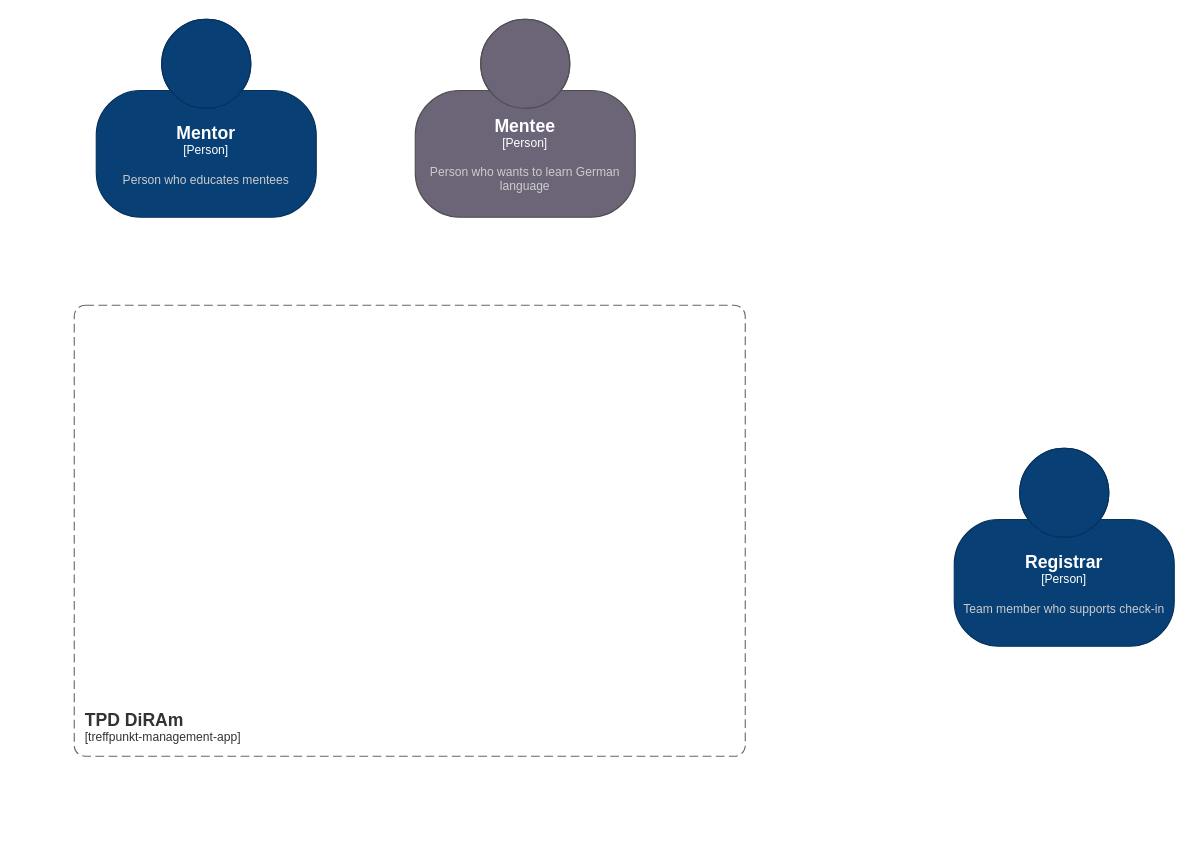
Above: TPD-DiRAm/architecture/top-level.drawio in Rajazzo/TPD (draw.io), before the change. Source tidied: cells renumbered, new cells numbered last; positions are measured from the earlier drawing's top-left corner, leaving out a move shared by most shapes. Both pictures are drawn from the tidied source at 110%, with x=0, y=0 at pixel (74, 19).
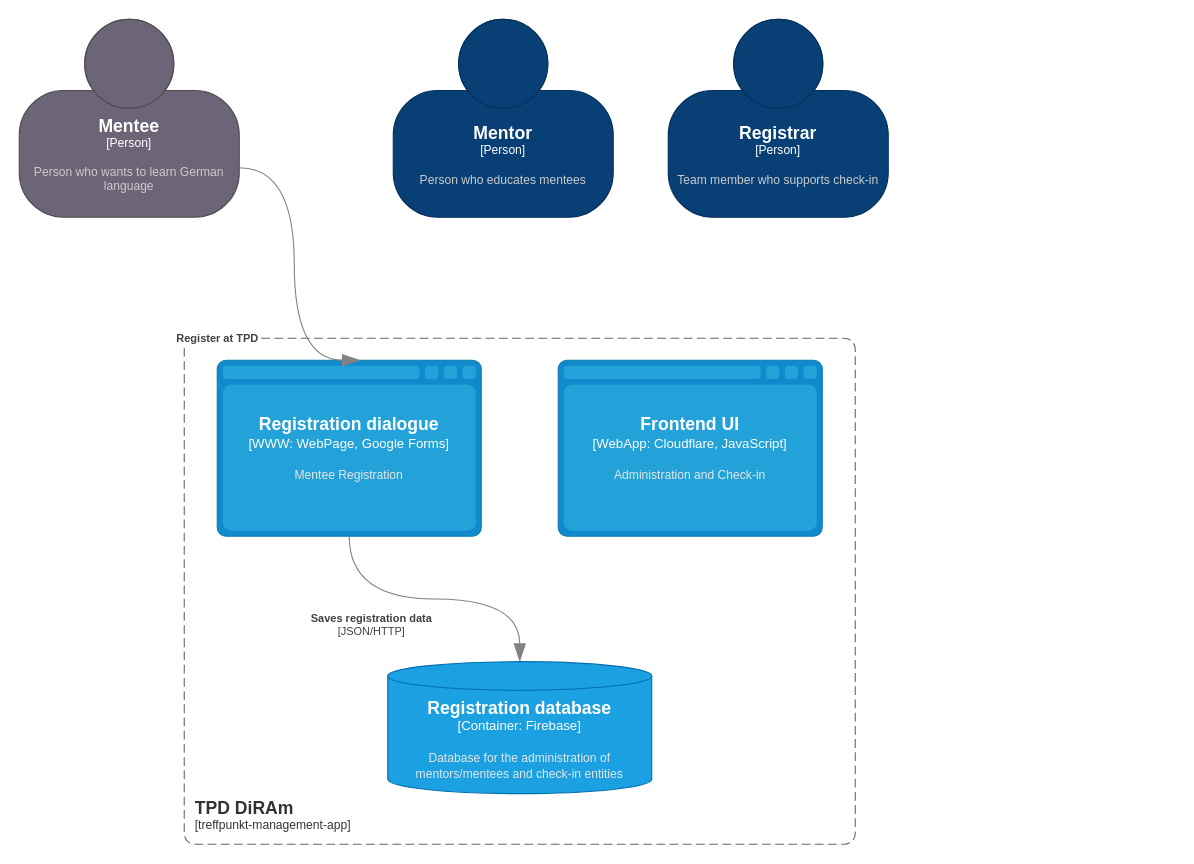
Above is the later version.

The edit, as a diff of the source:
```diff
@@
 <mxGraphModel>
   <root>
     <mxCell id="0" />
     <mxCell id="1" parent="0" />
     <object id="2" label="&lt;font style=&quot;font-size: 16px&quot;&gt;&lt;b&gt;&lt;div style=&quot;text-align: left&quot;&gt;%c4Name%&lt;/div&gt;&lt;/b&gt;&lt;/font&gt;&lt;div style=&quot;text-align: left&quot;&gt;[%c4Application%]&lt;/div&gt;" c4Application="treffpunkt-management-app" c4Name="TPD DiRAm" placeholders="1">
       <mxCell style="rounded=1;fontSize=11;whiteSpace=wrap;html=1;dashed=1;arcSize=20;fillColor=none;strokeColor=#666666;fontColor=#333333;labelBackgroundColor=none;align=left;verticalAlign=bottom;labelBorderColor=none;spacingTop=0;spacing=10;dashPattern=8 4;perimeter=rectanglePerimeter;noLabel=0;labelPadding=0;absoluteArcSize=1;" parent="1" vertex="1">
-        <mxGeometry y="260" width="610" height="410" as="geometry" />
+        <mxGeometry x="100" y="290" width="610" height="460" as="geometry" />
       </mxCell>
     </object>
     <object id="3" label="&lt;font style=&quot;font-size: 16px&quot;&gt;&lt;b&gt;%c4Name%&lt;/b&gt;&lt;/font&gt;&lt;div&gt;[%c4Type%]&lt;/div&gt;&lt;br&gt;&lt;div&gt;&lt;font style=&quot;font-size: 11px&quot;&gt;&lt;font color=&quot;#cccccc&quot;&gt;%c4Description%&lt;/font&gt;&lt;/div&gt;" c4Description="Person who educates mentees" c4Name="Mentor" c4Type="Person" placeholders="1">
       <mxCell style="html=1;fontSize=11;dashed=0;whiteSpace=wrap;fillColor=#083F75;strokeColor=#06315C;fontColor=#ffffff;shape=mxgraph.c4.person2;align=center;" parent="1" vertex="1">
-        <mxGeometry x="20" width="200" height="180" as="geometry" />
+        <mxGeometry x="290" width="200" height="180" as="geometry" />
       </mxCell>
     </object>
     <object id="4" label="&lt;font style=&quot;font-size: 16px&quot;&gt;&lt;b&gt;%c4Name%&lt;/b&gt;&lt;/font&gt;&lt;div&gt;[%c4Type%]&lt;/div&gt;&lt;br&gt;&lt;div&gt;&lt;font style=&quot;font-size: 11px&quot;&gt;&lt;font color=&quot;#cccccc&quot;&gt;%c4Description%&lt;/font&gt;&lt;/div&gt;" c4Description="Person who wants to learn German language" c4Name="Mentee" c4Type="Person" placeholders="1">
       <mxCell style="html=1;fontSize=11;dashed=0;whiteSpace=wrap;fillColor=#6C6477;strokeColor=#4D4D4D;fontColor=#ffffff;shape=mxgraph.c4.person2;align=center;points=[[0.5,0,0],[1,0.5,0],[1,0.75,0],[0.75,1,0],[0.5,1,0],[0.25,1,0],[0,0.75,0],[0,0.5,0]];" parent="1" vertex="1">
-        <mxGeometry x="310" width="200" height="180" as="geometry" />
+        <mxGeometry x="-50" width="200" height="180" as="geometry" />
       </mxCell>
     </object>
     <object id="5" label="&lt;font style=&quot;font-size: 16px&quot;&gt;&lt;b&gt;%c4Name%&lt;/b&gt;&lt;/font&gt;&lt;div&gt;[%c4Type%]&lt;/div&gt;&lt;br&gt;&lt;div&gt;&lt;font style=&quot;font-size: 11px&quot;&gt;&lt;font color=&quot;#cccccc&quot;&gt;%c4Description%&lt;/font&gt;&lt;/div&gt;" c4Description="Team member who supports check-in" c4Name="Registrar" c4Type="Person" placeholders="1">
       <mxCell style="html=1;fontSize=11;dashed=0;whiteSpace=wrap;fillColor=#083F75;strokeColor=#06315C;fontColor=#ffffff;shape=mxgraph.c4.person2;align=center;" parent="1" vertex="1">
-        <mxGeometry x="800" y="390" width="200" height="180" as="geometry" />
+        <mxGeometry x="540" width="200" height="180" as="geometry" />
       </mxCell>
     </object>
+    <object id="6" label="&lt;font style=&quot;font-size: 16px&quot;&gt;&lt;b&gt;%c4Name%&lt;/b&gt;&lt;/font&gt;&lt;div&gt;[%c4Type%:&amp;nbsp;%c4Technology%]&lt;/div&gt;&lt;br&gt;&lt;div&gt;&lt;font style=&quot;font-size: 11px&quot;&gt;&lt;font color=&quot;#E6E6E6&quot;&gt;%c4Description%&lt;/font&gt;&lt;/div&gt;" c4Description="Database for the administration of mentors/mentees and check-in entities " c4Name="Registration database" c4Technology="Firebase" c4Type="Container" placeholders="1">
+      <mxCell style="shape=cylinder3;size=12.999999999999886;whiteSpace=wrap;html=1;boundedLbl=1;rounded=0;labelBackgroundColor=none;fillColor=#1ba1e2;fontSize=12;align=center;strokeColor=#006EAF;points=[[0.5,0,0],[1,0.25,0],[1,0.5,0],[1,0.75,0],[0.5,1,0],[0,0.75,0],[0,0.5,0],[0,0.25,0]];direction=east;fontColor=#ffffff;" parent="1" vertex="1">
+        <mxGeometry x="285" y="584" width="240" height="120" as="geometry" />
+      </mxCell>
+    </object>
+    <object id="7" label="&lt;font style=&quot;font-size: 16px&quot;&gt;&lt;b&gt;%c4Name%&lt;/b&gt;&lt;/font&gt;&lt;div&gt;[%c4Type%:&amp;nbsp;%c4Technology%]&lt;/div&gt;&lt;br&gt;&lt;div&gt;&lt;font style=&quot;font-size: 11px&quot;&gt;&lt;font color=&quot;#E6E6E6&quot;&gt;%c4Description%&lt;/font&gt;&lt;/div&gt;" c4Description="Administration and Check-in " c4Name="Frontend UI" c4Technology="Cloudflare, JavaScript" c4Type="WebApp" placeholders="1">
+      <mxCell style="shape=mxgraph.c4.webBrowserContainer2;whiteSpace=wrap;html=1;boundedLbl=1;rounded=0;labelBackgroundColor=none;strokeColor=#118ACD;fillColor=#23A2D9;strokeColor=#118ACD;strokeColor2=#0E7DAD;fontSize=12;fontColor=#ffffff;align=center;" parent="1" vertex="1">
+        <mxGeometry x="440" y="310" width="240" height="160" as="geometry" />
+      </mxCell>
+    </object>
+    <object id="8" label="&lt;font style=&quot;font-size: 16px&quot;&gt;&lt;b&gt;%c4Name%&lt;/b&gt;&lt;/font&gt;&lt;div&gt;[%c4Type%:&amp;nbsp;%c4Technology%]&lt;/div&gt;&lt;br&gt;&lt;div&gt;&lt;font style=&quot;font-size: 11px&quot;&gt;&lt;font color=&quot;#E6E6E6&quot;&gt;%c4Description%&lt;/font&gt;&lt;/div&gt;" c4Description="Mentee Registration" c4Name="Registration dialogue" c4Technology="WebPage, Google Forms" c4Type="WWW" placeholders="1">
+      <mxCell style="shape=mxgraph.c4.webBrowserContainer2;whiteSpace=wrap;html=1;boundedLbl=1;rounded=0;labelBackgroundColor=none;strokeColor=#118ACD;fillColor=#23A2D9;strokeColor=#118ACD;strokeColor2=#0E7DAD;fontSize=12;fontColor=#ffffff;align=center;points=[[0.5,0,0],[1,0.25,0],[1,0.5,0],[1,0.75,0],[0.5,1,0],[0,0.75,0],[0,0.5,0],[0,0.25,0]];" parent="1" vertex="1">
+        <mxGeometry x="130" y="310" width="240" height="160" as="geometry" />
+      </mxCell>
+    </object>
+    <object id="9" label="&lt;div style=&quot;text-align: left&quot;&gt;&lt;div style=&quot;text-align: center&quot;&gt;&lt;b&gt;%c4Description%&lt;/b&gt;&lt;/div&gt;&lt;div style=&quot;text-align: center&quot;&gt;[%c4Technology%]&lt;/div&gt;&lt;/div&gt;" c4Description="Saves registration data" c4Technology="JSON/HTTP" placeholders="1">
+      <mxCell style="endArrow=blockThin;html=1;fontSize=10;fontColor=#404040;strokeWidth=1;endFill=1;strokeColor=#828282;elbow=vertical;endSize=14;startSize=14;jumpStyle=arc;jumpSize=16;rounded=0;edgeStyle=orthogonalEdgeStyle;curved=1;entryX=0.5;entryY=0;entryDx=0;entryDy=0;entryPerimeter=0;exitX=0.5;exitY=1;exitDx=0;exitDy=0;exitPerimeter=0;" parent="1" edge="1" source="8" target="6">
+        <mxGeometry x="-0.43" y="-23" relative="1" as="geometry" />
+      </mxCell>
+    </object>
+    <object id="10" label="&lt;div style=&quot;text-align: left&quot;&gt;&lt;div style=&quot;text-align: center&quot;&gt;&lt;b&gt;%c4Description%&lt;/b&gt;&lt;/div&gt;" c4Description="Register at TPD" placeholders="1">
+      <mxCell style="endArrow=blockThin;html=1;fontSize=10;fontColor=#404040;strokeWidth=1;endFill=1;strokeColor=#828282;elbow=vertical;endSize=14;startSize=14;jumpStyle=arc;jumpSize=16;rounded=0;edgeStyle=orthogonalEdgeStyle;curved=1;exitX=1;exitY=0.75;exitDx=0;exitDy=0;exitPerimeter=0;" parent="1" edge="1" source="4">
+        <mxGeometry x="0.44" y="-70" relative="1" as="geometry">
+          <mxPoint x="260" y="310" as="targetPoint" />
+          <Array as="points">
+            <mxPoint x="200" y="135" />
+            <mxPoint x="200" y="310" />
+          </Array>
+        </mxGeometry>
+      </mxCell>
+    </object>
   </root>
 </mxGraphModel>
```
